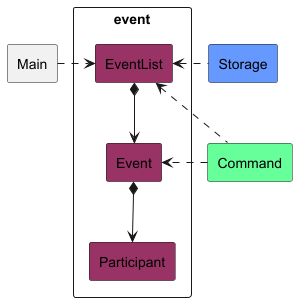
nus-cs2113-AY2425S1/tp keeps this PlantUML diagram as docs/images/EventClassDiagram.png. Above is the earlier version. Source of this version:
```plantuml
@startuml
!include style.puml

rectangle event {
    rectangle EventList EVENT_COLOUR
    rectangle Event EVENT_COLOUR
    rectangle Participant EVENT_COLOUR
}

rectangle Main
rectangle Command COMMAND_COLOUR
rectangle Storage STORAGE_COLOUR

EventList *--> Event
Event *--> Participant

Main .> EventList
EventList <. Storage
EventList <.. Command
Command ..> Event

@enduml
```
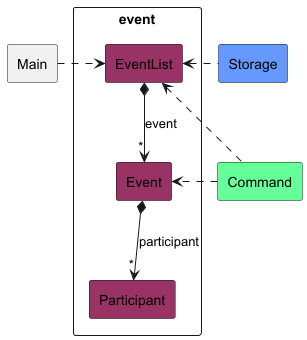
After the commit.

Commit message:
Add multiplicities and association labels to Event class diagram

What changed in the source:
```diff
@@ -11,12 +11,12 @@
 rectangle Command COMMAND_COLOUR
 rectangle Storage STORAGE_COLOUR
 
-EventList *--> Event
-Event *--> Participant
+EventList *--> "*" Event : event
+Event *--> "*" Participant : participant
 
 Main .> EventList
 EventList <. Storage
 EventList <.. Command
-Command ..> Event
+Command .> Event
 
 @enduml
```
